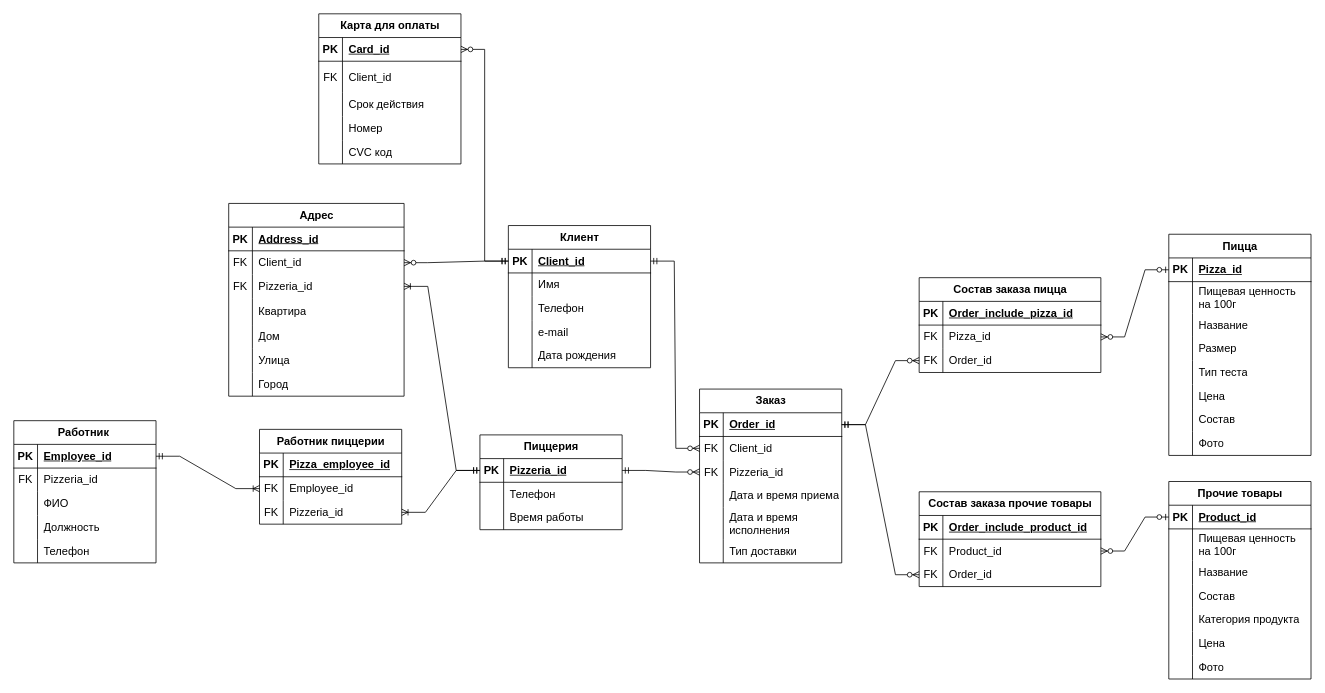
Before: logic_dodo.drawio in iudinads/ER-diagrams, a draw.io diagram. Source tidied: cells renumbered, new cells numbered last; positions are measured from the earlier drawing's top-left corner, leaving out a move shared by most shapes. Both pictures are drawn from the tidied source at 79%, with x=0, y=0 at pixel (13, 13).
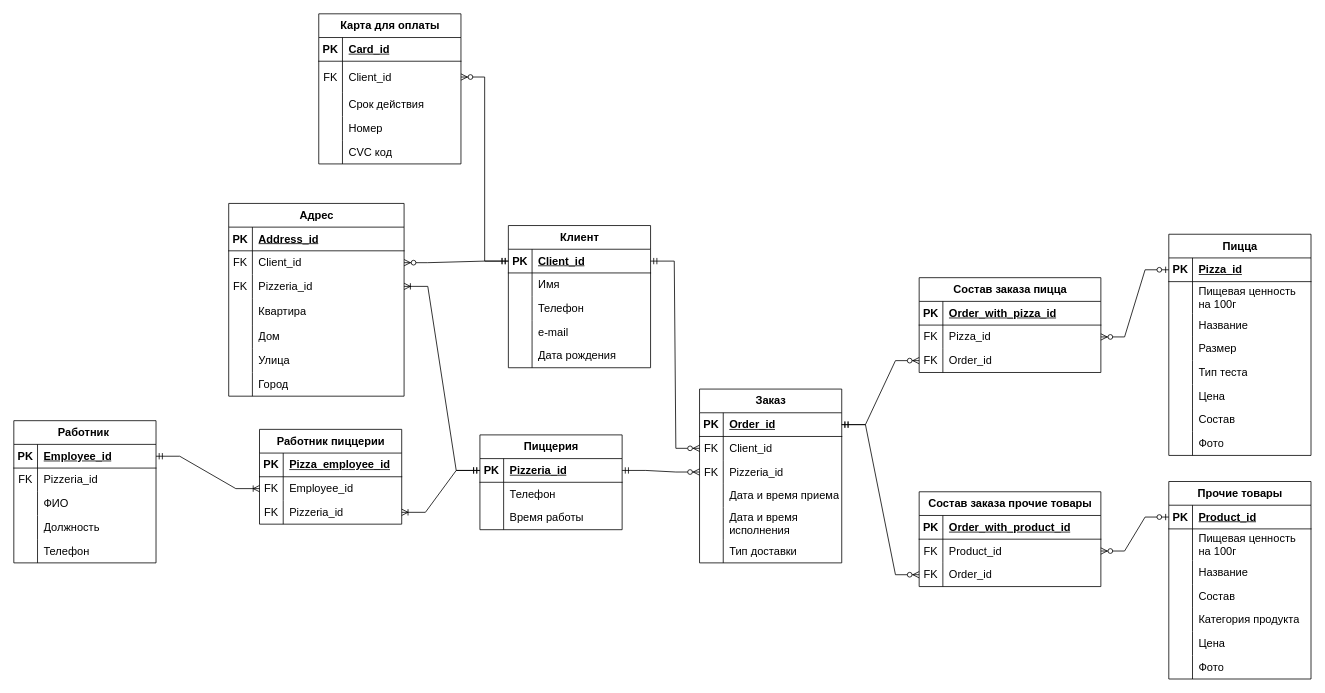
The same page after the edit.

Unchanged cells that the change refers to:
```xml
<mxCell id="3" style="shape=tableRow;horizontal=0;startSize=0;swimlaneHead=0;swimlaneBody=0;fillColor=none;points=[[0,0.5],[1,0.5]];portConstraint=eastwest;top=0;left=0;right=0;bottom=1;fontSize=14;" parent="2" vertex="1">
  <mxGeometry y="30" width="180" height="30" as="geometry" />
</mxCell>
<mxCell id="6" style="shape=tableRow;horizontal=0;startSize=0;swimlaneHead=0;swimlaneBody=0;fillColor=none;points=[[0,0.5],[1,0.5]];portConstraint=eastwest;top=0;left=0;right=0;bottom=0;fontSize=14;" parent="2" vertex="1">
  <mxGeometry y="60" width="180" height="40" as="geometry" />
</mxCell>
<mxCell id="41" style="shape=tableRow;horizontal=0;startSize=0;swimlaneHead=0;swimlaneBody=0;fillColor=none;points=[[0,0.5],[1,0.5]];portConstraint=eastwest;top=0;left=0;right=0;bottom=1;fontSize=14;" parent="40" vertex="1">
  <mxGeometry y="30" width="180" height="30" as="geometry" />
</mxCell>
<mxCell id="152" style="shape=tableRow;horizontal=0;startSize=0;swimlaneHead=0;swimlaneBody=0;fillColor=none;top=0;left=0;right=0;bottom=1;fontSize=14;" parent="151" vertex="1">
  <mxGeometry y="30" width="230" height="30" as="geometry" />
</mxCell>
<mxCell id="176" style="shape=tableRow;horizontal=0;startSize=0;swimlaneHead=0;swimlaneBody=0;fillColor=none;top=0;left=0;right=0;bottom=1;fontSize=14;" parent="175" vertex="1">
  <mxGeometry y="30" width="230" height="30" as="geometry" />
</mxCell>
```

What changed in the source:
```diff
@@
-    <mxCell id="75" style="edgeStyle=entityRelationEdgeStyle;fontSize=14;html=1;endArrow=ERzeroToMany;startArrow=ERmandOne;rounded=0;exitX=0;exitY=0.5;exitDx=0;exitDy=0;entryX=1;entryY=0.5;entryDx=0;entryDy=0;" parent="1" edge="1" source="41" target="3">
-      <mxGeometry relative="1" as="geometry" />
+    <mxCell id="75" style="edgeStyle=entityRelationEdgeStyle;fontSize=14;html=1;endArrow=ERzeroToMany;startArrow=ERmandOne;rounded=0;exitX=0;exitY=0.5;exitDx=0;exitDy=0;entryX=1;entryY=0.5;entryDx=0;entryDy=0;" parent="1" edge="1" source="41" target="6">
+      <mxGeometry relative="1" as="geometry">
+        <Array as="points">
+          <mxPoint x="563" y="75" />
+        </Array>
+      </mxGeometry>
     </mxCell>
@@
-    <mxCell id="154" value="Order_include_pizza_id" style="shape=partialRectangle;fillColor=none;top=0;left=0;bottom=0;right=0;align=left;spacingLeft=6;fontStyle=5;overflow=hidden;whiteSpace=wrap;html=1;fontSize=14;" parent="152" vertex="1">
+    <mxCell id="154" value="Order_with_pizza_id" style="shape=partialRectangle;fillColor=none;top=0;left=0;bottom=0;right=0;align=left;spacingLeft=6;fontStyle=5;overflow=hidden;whiteSpace=wrap;html=1;fontSize=14;" parent="152" vertex="1">
       <mxGeometry x="30" width="200" height="30" as="geometry" />
     </mxCell>
@@
-    <mxCell id="178" value="Order_include_product_id" style="shape=partialRectangle;fillColor=none;top=0;left=0;bottom=0;right=0;align=left;spacingLeft=6;fontStyle=5;overflow=hidden;whiteSpace=wrap;html=1;fontSize=14;" parent="176" vertex="1">
+    <mxCell id="178" value="Order_with_product_id" style="shape=partialRectangle;fillColor=none;top=0;left=0;bottom=0;right=0;align=left;spacingLeft=6;fontStyle=5;overflow=hidden;whiteSpace=wrap;html=1;fontSize=14;" parent="176" vertex="1">
       <mxGeometry x="30" width="200" height="30" as="geometry" />
     </mxCell>
```
